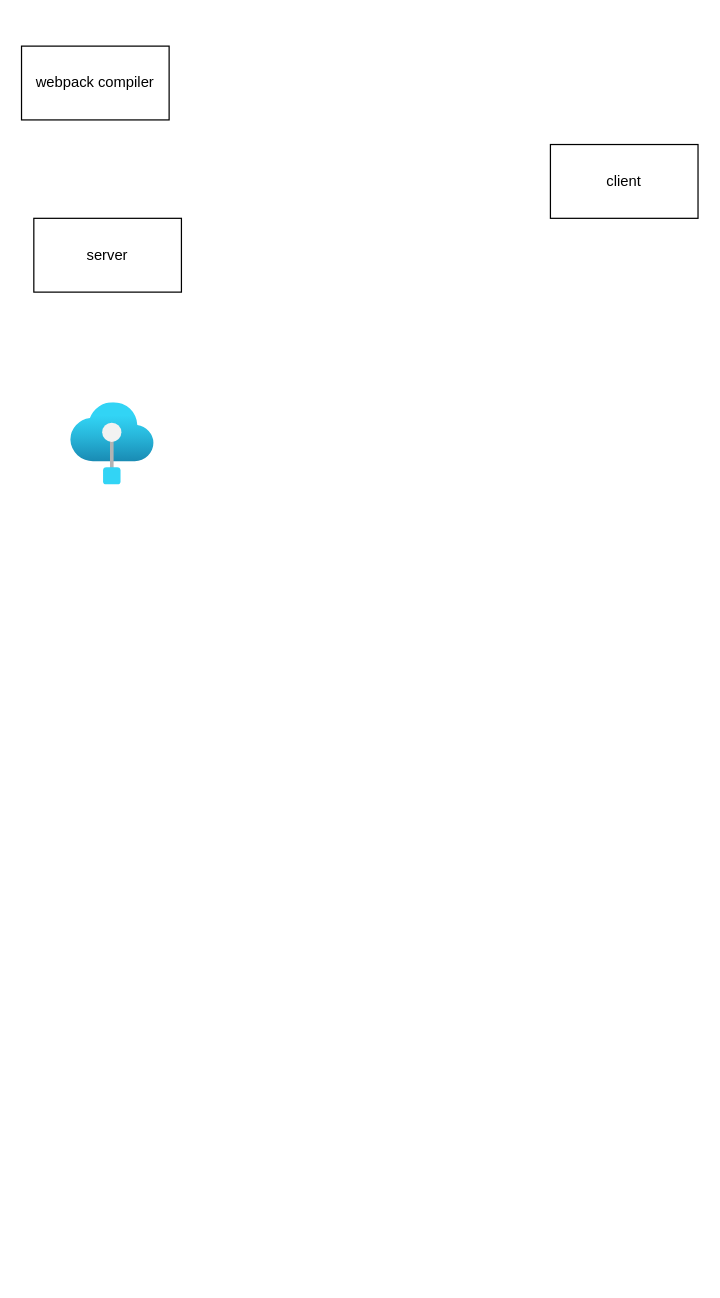
The draw.io diagram Untitled Diagram.drawio in ryansecret/diagrams, before the edit. Source tidied: cells renumbered, new cells numbered last; positions are measured from the earlier drawing's top-left corner, leaving out a move shared by most shapes. Both pictures are drawn from the tidied source at 123%, with x=0, y=0 at pixel (21, 46).
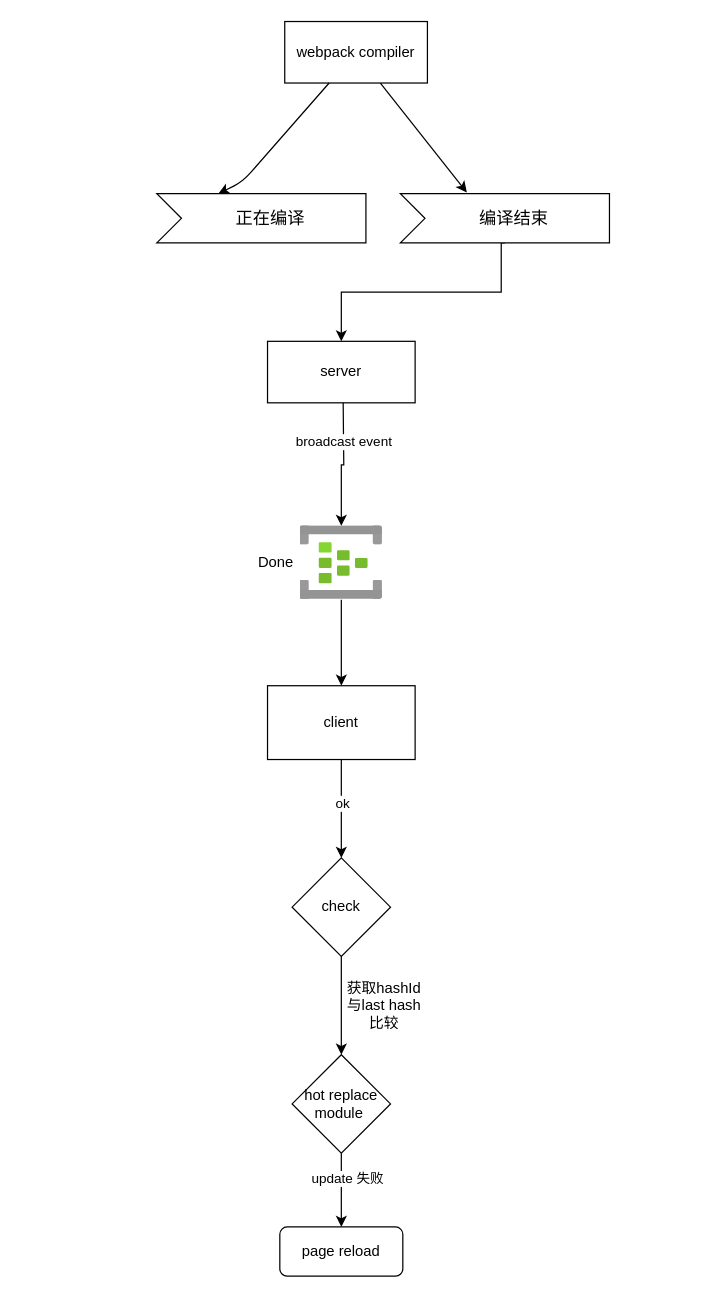
After the change.

Diff of the diagram source:
```diff
@@
     <mxCell id="2" value="server" style="rounded=0;whiteSpace=wrap;html=1;" parent="1" vertex="1">
-      <mxGeometry x="10" y="140" width="120" height="60" as="geometry" />
+      <mxGeometry x="200" y="240" width="120" height="50" as="geometry" />
     </mxCell>
     <mxCell id="3" value="client" style="rounded=0;whiteSpace=wrap;html=1;" parent="1" vertex="1">
-      <mxGeometry x="430" y="80" width="120" height="60" as="geometry" />
+      <mxGeometry x="200" y="520" width="120" height="60" as="geometry" />
     </mxCell>
     <mxCell id="4" value="webpack compiler" style="rounded=0;whiteSpace=wrap;html=1;" parent="1" vertex="1">
-      <mxGeometry width="120" height="60" as="geometry" />
+      <mxGeometry x="214" y="-20" width="116" height="50" as="geometry" />
     </mxCell>
-    <mxCell id="5" style="html=1;align=center;image;fontSize=12;image=img/lib/azure2/preview/IoT_Edge.svg;" parent="1" vertex="1">
-      <mxGeometry x="40" y="290" width="68" height="67" as="geometry" />
-    </mxCell>
+    <mxCell id="6" style="endArrow=classic;html=1;" parent="1" edge="1" source="4">
+      <mxGeometry relative="1" as="geometry">
+        <mxPoint x="160" y="120" as="targetPoint" />
+        <Array as="points">
+          <mxPoint x="180" y="110" />
+        </Array>
+      </mxGeometry>
+    </mxCell>
+    <mxCell id="7" style="edgeStyle=orthogonalEdgeStyle;rounded=0;jettySize=auto;html=1;exitX=0;exitY=0;exitDx=85;exitDy=40;exitPerimeter=0;" parent="1" edge="1" source="9" target="2">
+      <mxGeometry relative="1" as="geometry">
+        <Array as="points">
+          <mxPoint x="390" y="160" />
+          <mxPoint x="390" y="200" />
+          <mxPoint x="260" y="200" />
+        </Array>
+      </mxGeometry>
+    </mxCell>
+    <mxCell id="8" value="正在编译" style="html=1;shape=mxgraph.infographic.ribbonSimple;notch1=20;notch2=0;align=center;verticalAlign=middle;fontSize=14;fontStyle=0;fillColor=#FFFFFF;flipH=0;spacingRight=0;spacingLeft=14;" parent="1" vertex="1">
+      <mxGeometry x="110" y="120" width="170" height="40" as="geometry" />
+    </mxCell>
+    <mxCell id="9" value="编译结束" style="html=1;shape=mxgraph.infographic.ribbonSimple;notch1=20;notch2=0;align=center;verticalAlign=middle;fontSize=14;fontStyle=0;fillColor=#FFFFFF;flipH=0;spacingRight=0;spacingLeft=14;" parent="1" vertex="1">
+      <mxGeometry x="308" y="120" width="170" height="40" as="geometry" />
+    </mxCell>
+    <mxCell id="10" style="endArrow=classic;html=1;entryX=0.318;entryY=-0.025;entryDx=0;entryDy=0;entryPerimeter=0;" parent="1" edge="1" source="4" target="9">
+      <mxGeometry relative="1" as="geometry" />
+    </mxCell>
+    <mxCell id="11" style="edgeStyle=orthogonalEdgeStyle;rounded=0;jettySize=auto;html=1;entryX=0.5;entryY=0;entryDx=0;entryDy=0;" parent="1" edge="1" source="12" target="3">
+      <mxGeometry relative="1" as="geometry" />
+    </mxCell>
+    <mxCell id="12" style="html=1;points=[];align=center;image;fontSize=12;image=img/lib/azure2/analytics/Event_Hubs.svg;" parent="1" vertex="1">
+      <mxGeometry x="226.5" y="390" width="67" height="60" as="geometry" />
+    </mxCell>
+    <mxCell id="13" style="edgeStyle=orthogonalEdgeStyle;rounded=0;jettySize=auto;html=1;exitX=0;exitY=0;exitDx=85;exitDy=40;exitPerimeter=0;" parent="1" edge="1" target="12">
+      <mxGeometry relative="1" as="geometry">
+        <mxPoint x="261.5" y="290" as="sourcePoint" />
+      </mxGeometry>
+    </mxCell>
+    <mxCell id="14" value="broadcast event" style="edgeLabel;html=1;align=center;verticalAlign=middle;" parent="13" vertex="1">
+      <mxGeometry x="-0.38" relative="1" as="geometry" />
+    </mxCell>
+    <mxCell id="15" value="Done" style="text;html=1;strokeColor=none;fillColor=none;align=center;verticalAlign=middle;whiteSpace=wrap;rounded=0;" parent="1" vertex="1">
+      <mxGeometry x="186.5" y="410" width="40" height="20" as="geometry" />
+    </mxCell>
+    <mxCell id="16" style="edgeStyle=orthogonalEdgeStyle;rounded=0;jettySize=auto;html=1;exitX=0.5;exitY=1;exitDx=0;exitDy=0;" parent="1" edge="1" source="17" target="22">
+      <mxGeometry relative="1" as="geometry" />
+    </mxCell>
+    <mxCell id="17" value="check" style="rhombus;whiteSpace=wrap;html=1;" parent="1" vertex="1">
+      <mxGeometry x="220" y="660" width="80" height="80" as="geometry" />
+    </mxCell>
+    <mxCell id="18" style="endArrow=classic;html=1;exitX=0.5;exitY=1;exitDx=0;exitDy=0;entryX=0.5;entryY=0;entryDx=0;entryDy=0;" parent="1" edge="1" source="3" target="17">
+      <mxGeometry relative="1" as="geometry" />
+    </mxCell>
+    <mxCell id="19" value="ok" style="edgeLabel;html=1;align=center;verticalAlign=middle;" parent="18" vertex="1">
+      <mxGeometry x="-0.12" relative="1" as="geometry" />
+    </mxCell>
+    <mxCell id="20" style="edgeStyle=orthogonalEdgeStyle;rounded=0;jettySize=auto;html=1;entryX=0.5;entryY=0;entryDx=0;entryDy=0;" parent="1" edge="1" source="22" target="23">
+      <mxGeometry relative="1" as="geometry" />
+    </mxCell>
+    <mxCell id="21" value="update 失败" style="edgeLabel;html=1;align=center;verticalAlign=middle;" parent="20" vertex="1">
+      <mxGeometry x="0.05" relative="1" as="geometry">
+        <mxPoint x="4" y="-12" as="offset" />
+      </mxGeometry>
+    </mxCell>
+    <mxCell id="22" value="hot replace module&amp;nbsp;" style="rhombus;whiteSpace=wrap;html=1;" parent="1" vertex="1">
+      <mxGeometry x="220" y="820" width="80" height="80" as="geometry" />
+    </mxCell>
+    <mxCell id="23" value="page reload" style="rounded=1;whiteSpace=wrap;html=1;" parent="1" vertex="1">
+      <mxGeometry x="210" y="960" width="100" height="40" as="geometry" />
+    </mxCell>
+    <mxCell id="24" value="获取hashId 与last hash 比较" style="text;html=1;strokeColor=none;fillColor=none;align=center;verticalAlign=middle;whiteSpace=wrap;rounded=0;" parent="1" vertex="1">
+      <mxGeometry x="260" y="770" width="70" height="20" as="geometry" />
+    </mxCell>
```
